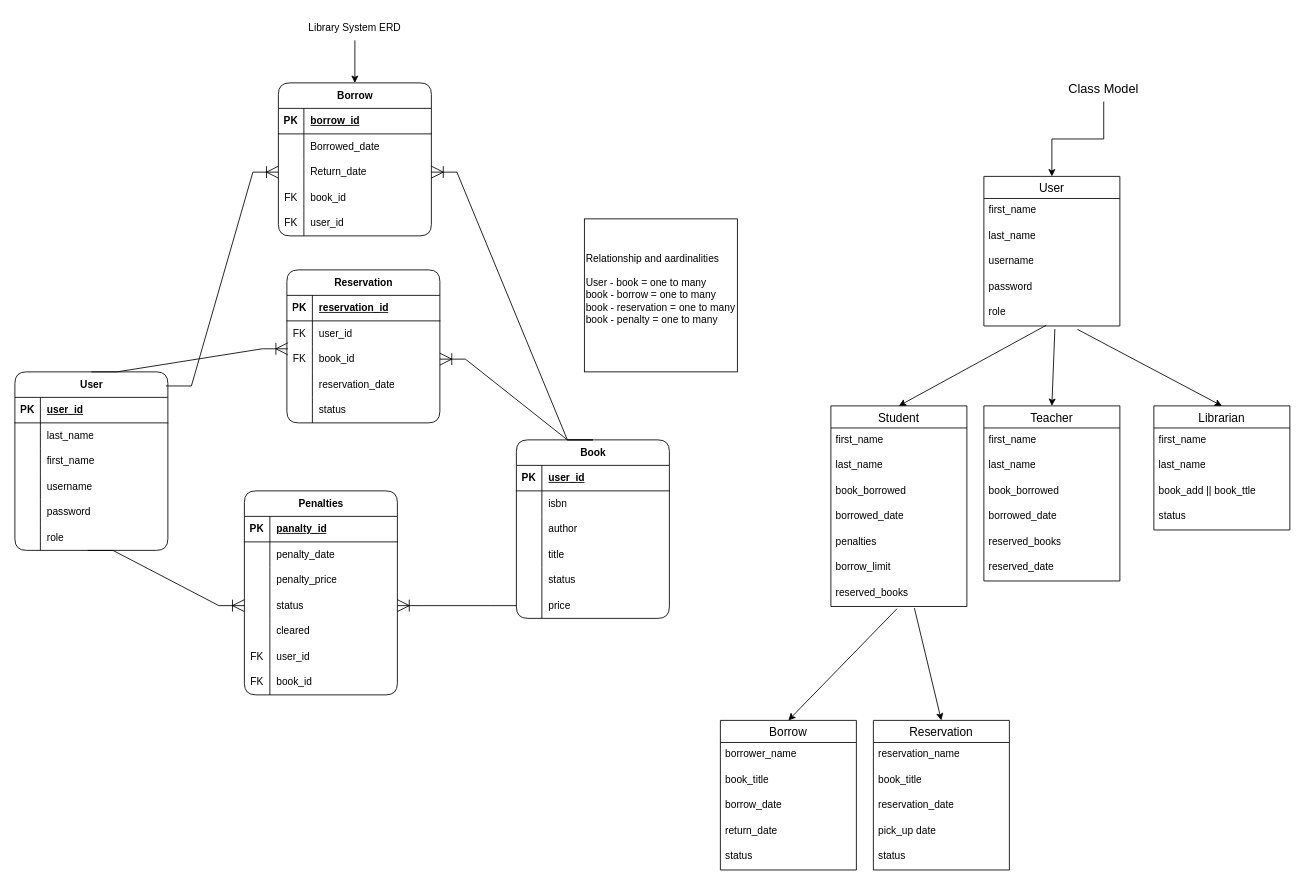
Above: library_system/librarysystemrevised.drawio in ellerib/AP3 (draw.io), before the change. Source tidied: cells renumbered, new cells numbered last; positions are measured from the earlier drawing's top-left corner, leaving out a move shared by most shapes. Both pictures are drawn from the tidied source at 85%, with x=0, y=0 at pixel (14, -54).
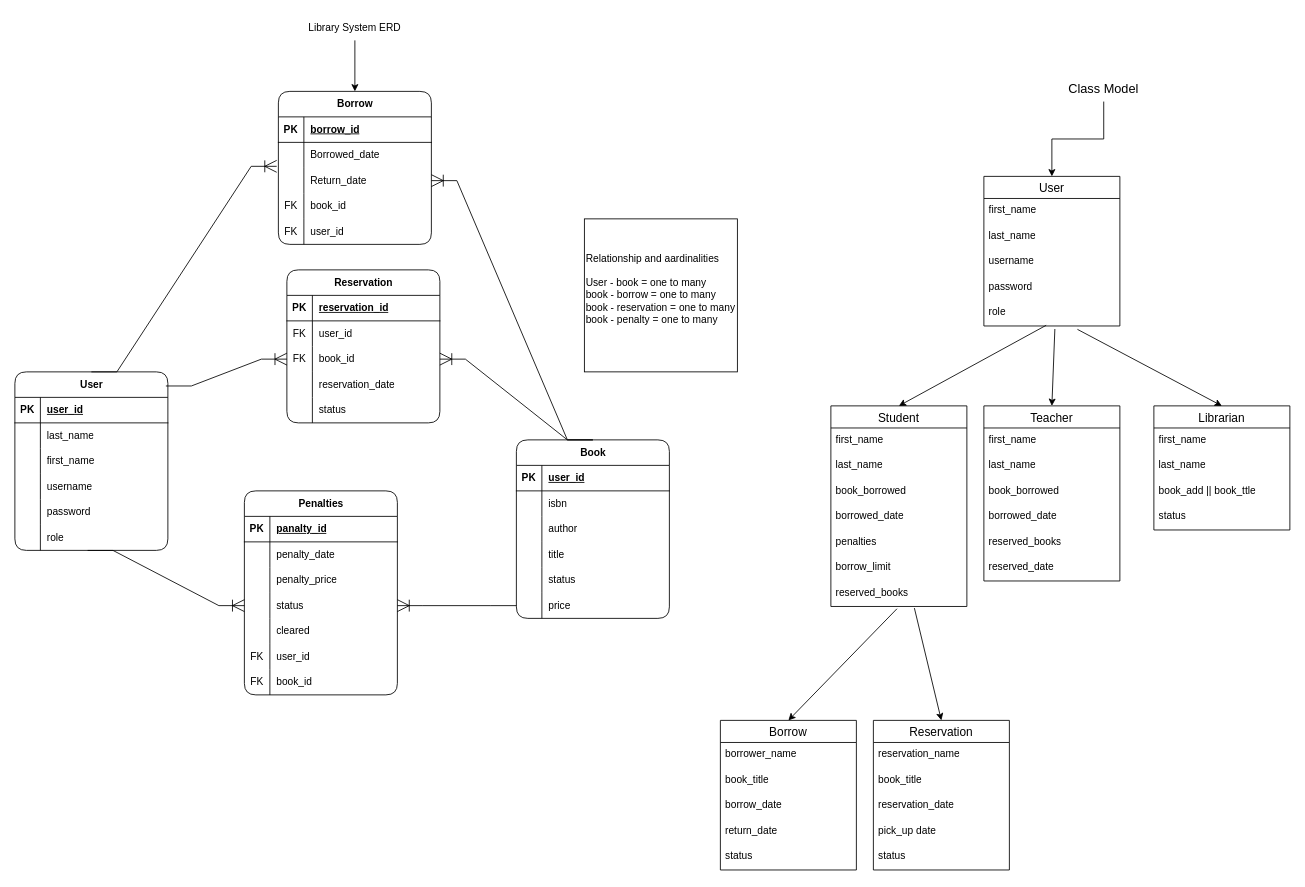
The same page after the edit.

The change refers to these unchanged cells:
```xml
<mxCell id="2" value="User" style="shape=table;startSize=30;childLayout=tableLayout;rowLines=0;fontStyle=1;align=center;html=1;rounded=1;" parent="1" vertex="1">
  <mxGeometry y="500" width="180" height="210" as="geometry" />
</mxCell>
<mxCell id="44" style="shape=tableRow;horizontal=0;startSize=0;swimlaneHead=0;swimlaneBody=0;fillColor=none;points=[[0,0.5],[1,0.5]];portConstraint=eastwest;top=0;left=0;right=0;bottom=0;" parent="40" vertex="1">
  <mxGeometry y="60" width="180" height="30" as="geometry" />
</mxCell>
<mxCell id="47" style="shape=tableRow;horizontal=0;startSize=0;swimlaneHead=0;swimlaneBody=0;fillColor=none;points=[[0,0.5],[1,0.5]];portConstraint=eastwest;top=0;left=0;right=0;bottom=0;" parent="40" vertex="1">
  <mxGeometry y="90" width="180" height="30" as="geometry" />
</mxCell>
<mxCell id="63" style="shape=tableRow;horizontal=0;startSize=0;swimlaneHead=0;swimlaneBody=0;fillColor=none;points=[[0,0.5],[1,0.5]];portConstraint=eastwest;top=0;left=0;right=0;bottom=0;" parent="56" vertex="1">
  <mxGeometry y="90" width="180" height="30" as="geometry" />
</mxCell>
```

Change to the diagram source:
```diff
@@
     <mxCell id="40" value="Borrow" style="shape=table;startSize=30;childLayout=tableLayout;rowLines=0;fontStyle=1;align=center;html=1;rounded=1;" parent="1" vertex="1">
-      <mxGeometry x="310" y="160" width="180" height="180" as="geometry" />
+      <mxGeometry x="310" y="170" width="180" height="180" as="geometry" />
     </mxCell>
@@
-    <mxCell id="97" style="edgeStyle=entityRelationEdgeStyle;fontSize=12;html=1;endArrow=ERoneToMany;rounded=0;exitX=0.987;exitY=0.079;exitDx=0;exitDy=0;entryX=0;entryY=0.5;entryDx=0;entryDy=0;startSize=11;endSize=12;exitPerimeter=0;" parent="1" edge="1" source="2" target="47">
+    <mxCell id="97" style="edgeStyle=entityRelationEdgeStyle;fontSize=12;html=1;endArrow=ERoneToMany;rounded=0;exitX=0.987;exitY=0.079;exitDx=0;exitDy=0;entryX=0;entryY=0.5;entryDx=0;entryDy=0;startSize=11;endSize=12;exitPerimeter=0;" parent="1" edge="1" source="2" target="63">
       <mxGeometry relative="1" as="geometry" />
     </mxCell>
@@
-    <mxCell id="99" style="edgeStyle=entityRelationEdgeStyle;fontSize=12;html=1;endArrow=ERoneToMany;rounded=0;startSize=11;endSize=12;exitX=0.5;exitY=0;exitDx=0;exitDy=0;entryX=0.006;entryY=0.095;entryDx=0;entryDy=0;entryPerimeter=0;" parent="1" edge="1" source="2" target="63">
+    <mxCell id="99" style="edgeStyle=entityRelationEdgeStyle;fontSize=12;html=1;endArrow=ERoneToMany;rounded=0;startSize=11;endSize=12;exitX=0.5;exitY=0;exitDx=0;exitDy=0;entryX=-0.011;entryY=0.939;entryDx=0;entryDy=0;entryPerimeter=0;" parent="1" edge="1" source="2" target="44">
       <mxGeometry relative="1" as="geometry">
         <Array as="points">
           <mxPoint x="360" y="600" />
           <mxPoint x="240" />
         </Array>
       </mxGeometry>
     </mxCell>
```
